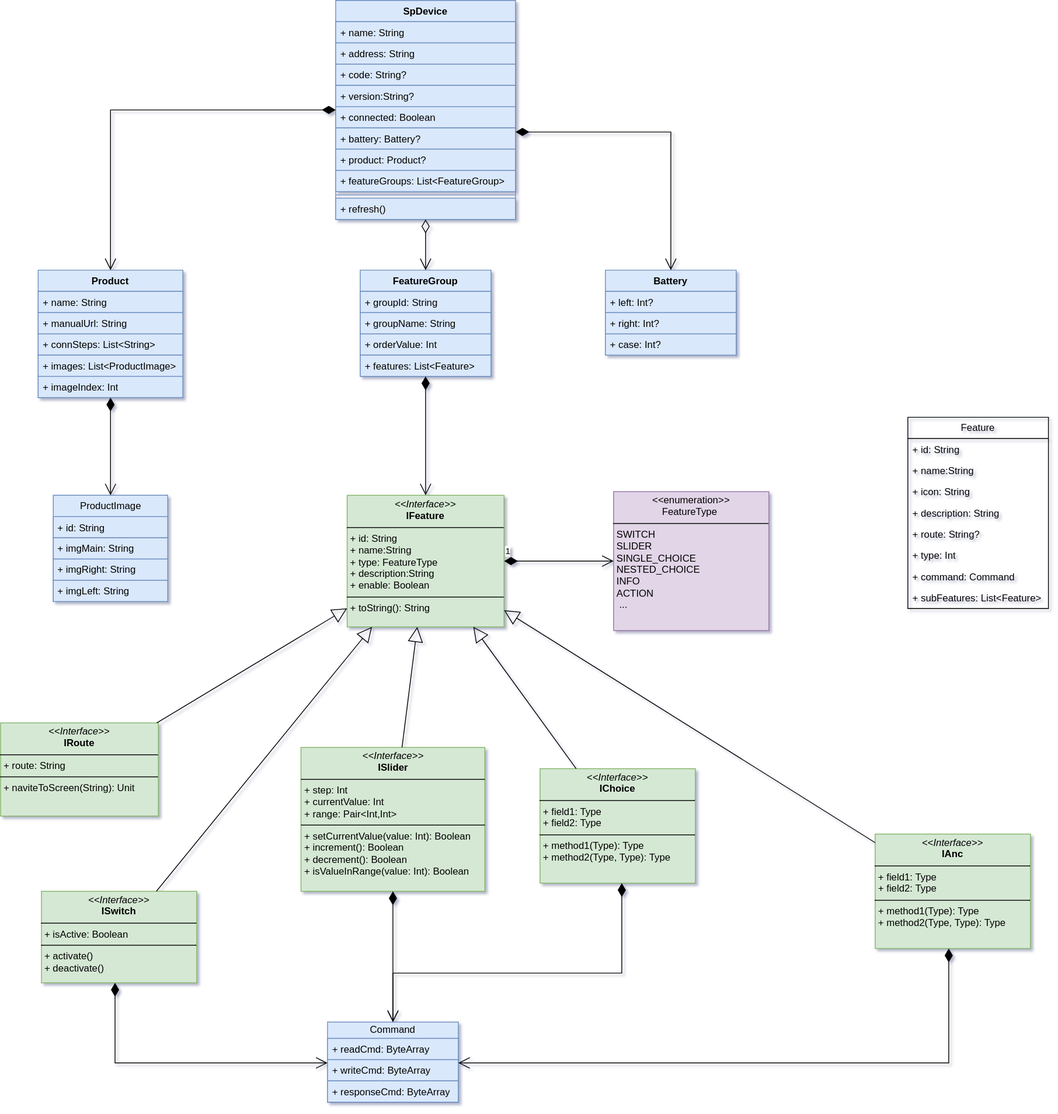
Above: sp-device.drawio.svg in kekemao00/draw-libs (draw.io), before the change. Source tidied: cells renumbered, new cells last; positions are measured from the earlier drawing's top-left corner, leaving out a move shared by most shapes.
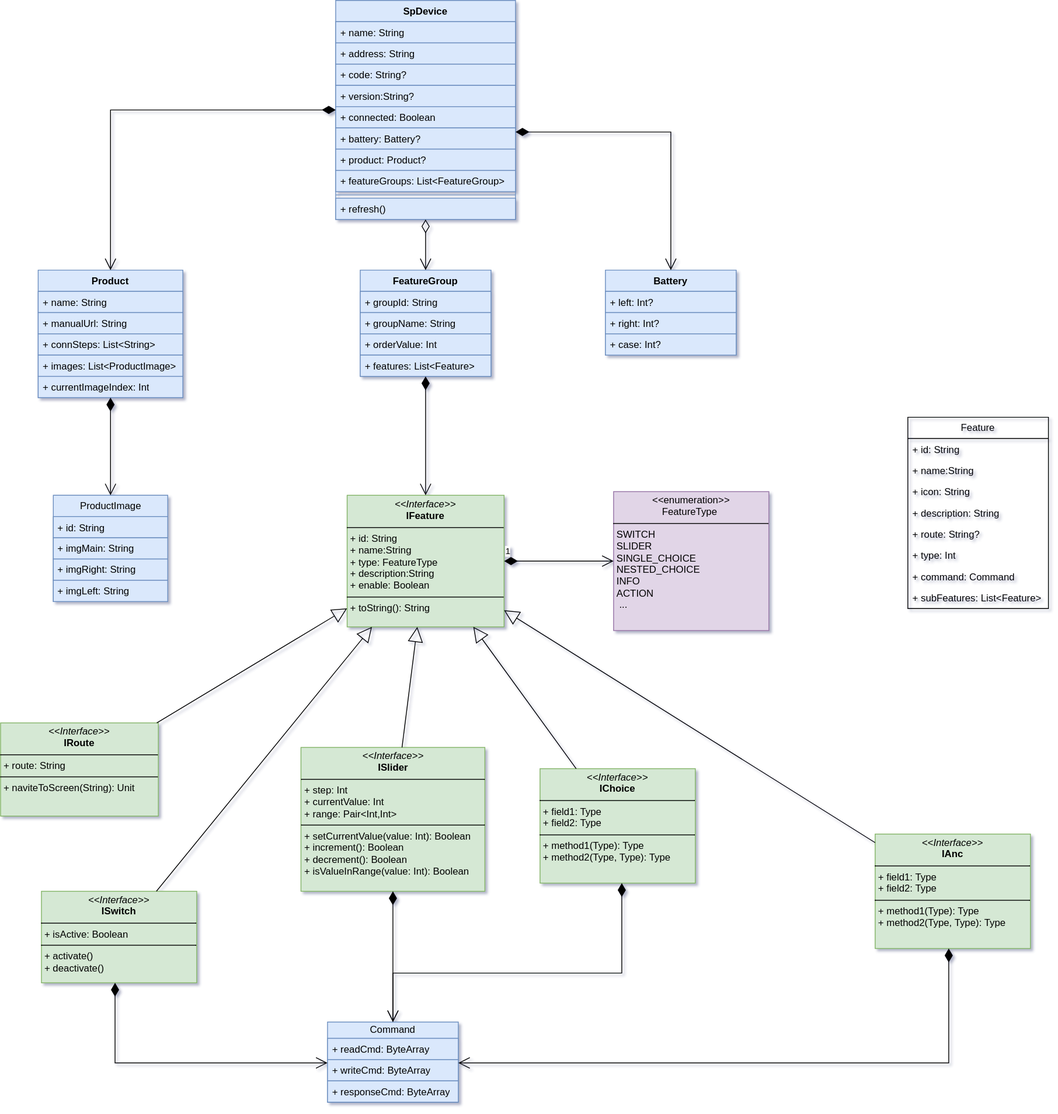
Above is the later version.

Change to the diagram source:
```diff
@@ -62,7 +62,7 @@
     <mxCell id="21" value="+ images: List&amp;lt;ProductImage&amp;gt;" style="text;strokeColor=#6c8ebf;fillColor=#dae8fc;align=left;verticalAlign=top;spacingLeft=4;spacingRight=4;overflow=hidden;whiteSpace=wrap;html=1;" parent="17" vertex="1">
       <mxGeometry y="104" width="177" height="26" as="geometry" />
     </mxCell>
-    <mxCell id="22" value="+&amp;nbsp;imageIndex: Int" style="text;strokeColor=#6c8ebf;fillColor=#dae8fc;align=left;verticalAlign=top;spacingLeft=4;spacingRight=4;overflow=hidden;whiteSpace=wrap;html=1;" parent="17" vertex="1">
+    <mxCell id="22" value="+ currentImageIndex: Int" style="text;strokeColor=#6c8ebf;fillColor=#dae8fc;align=left;verticalAlign=top;spacingLeft=4;spacingRight=4;overflow=hidden;whiteSpace=wrap;html=1;" parent="17" vertex="1">
       <mxGeometry y="130" width="177" height="26" as="geometry" />
     </mxCell>
     <mxCell id="23" value="ProductImage" style="swimlane;fontStyle=0;horizontal=1;startSize=26;fillColor=#dae8fc;whiteSpace=wrap;html=1;strokeColor=#6c8ebf;" parent="1" vertex="1">
```
